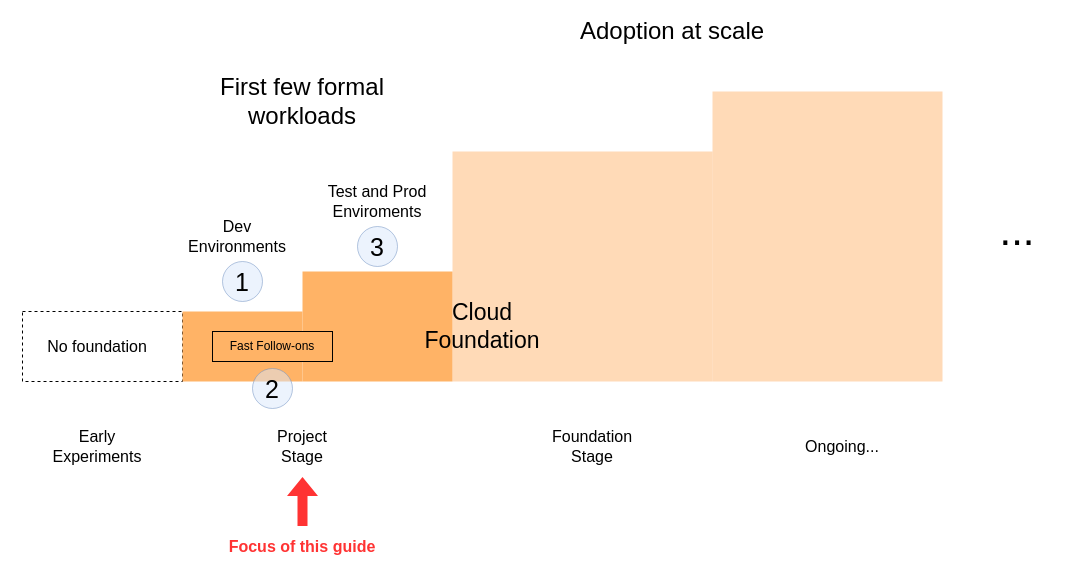
Before: page "foundation" (7 of 10) of drawings/initial-foundation.drawio in atimpone/aws-foundation-journey, a draw.io diagram. Source tidied: cells renumbered, new cells numbered last; positions are measured from the earlier drawing's top-left corner, leaving out a move shared by most shapes. Both pictures are drawn from the tidied source at 100%, with x=0, y=0 at pixel (17, 21).
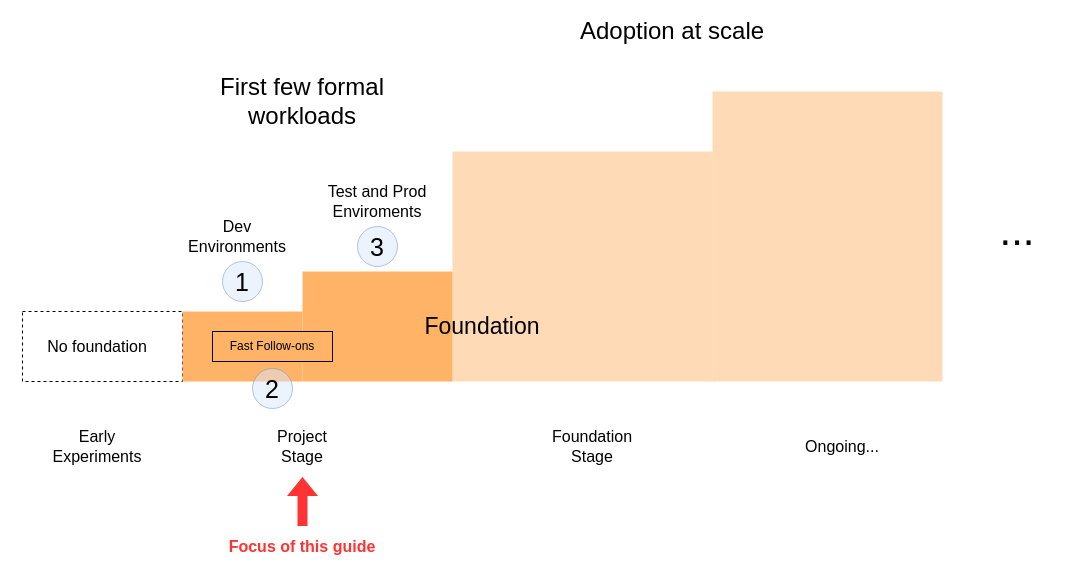
The same page after the edit.

Change to the diagram source:
```diff
@@
-    <mxCell id="23" value="Cloud Foundation" style="text;html=1;strokeColor=none;fillColor=none;align=center;verticalAlign=middle;whiteSpace=wrap;rounded=0;fontSize=23;fontColor=#000000;" parent="1" vertex="1">
+    <mxCell id="23" value="Foundation" style="text;html=1;strokeColor=none;fillColor=none;align=center;verticalAlign=middle;whiteSpace=wrap;rounded=0;fontSize=23;fontColor=#000000;" parent="1" vertex="1">
       <mxGeometry x="375" y="295" width="180" height="20" as="geometry" />
     </mxCell>
```
